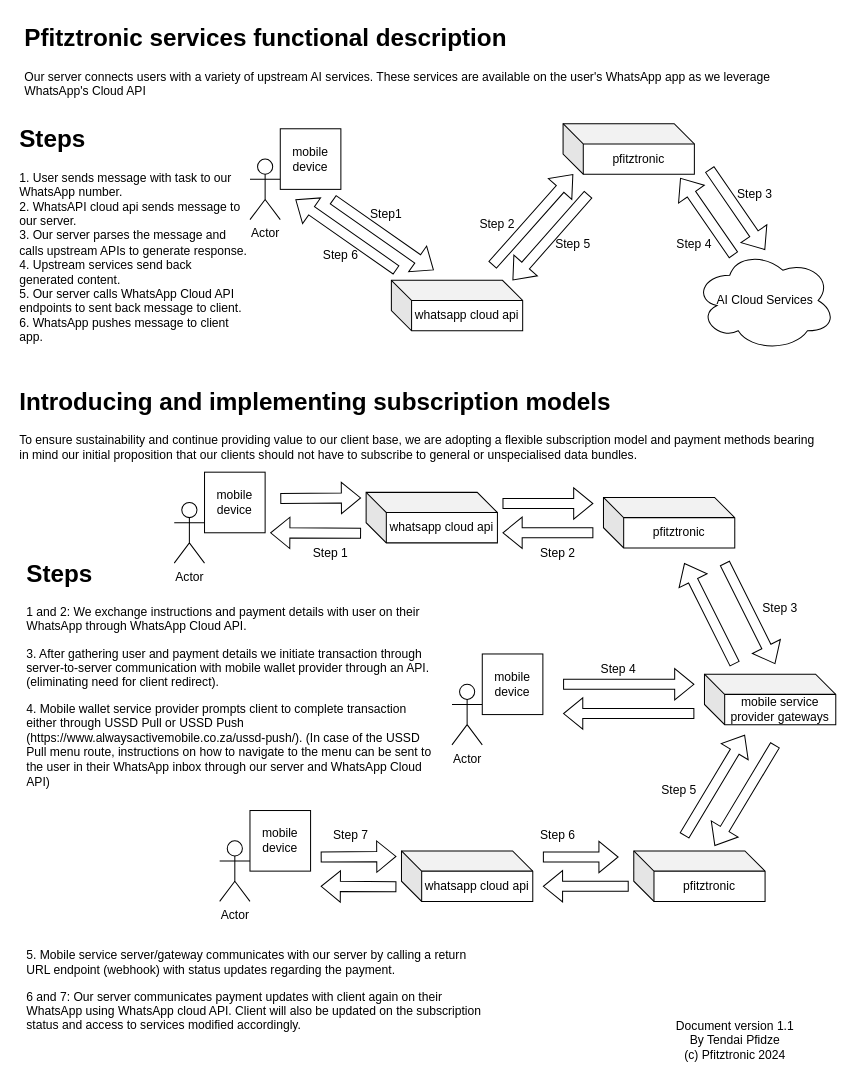
The draw.io diagram payment-flowchart.drawio in pondem87/draw.io, before the edit. Source tidied: cells renumbered, new cells numbered last; positions are measured from the earlier drawing's top-left corner, leaving out a move shared by most shapes. Both pictures are drawn from the tidied source at 101%, with x=0, y=0 at pixel (17, 17).
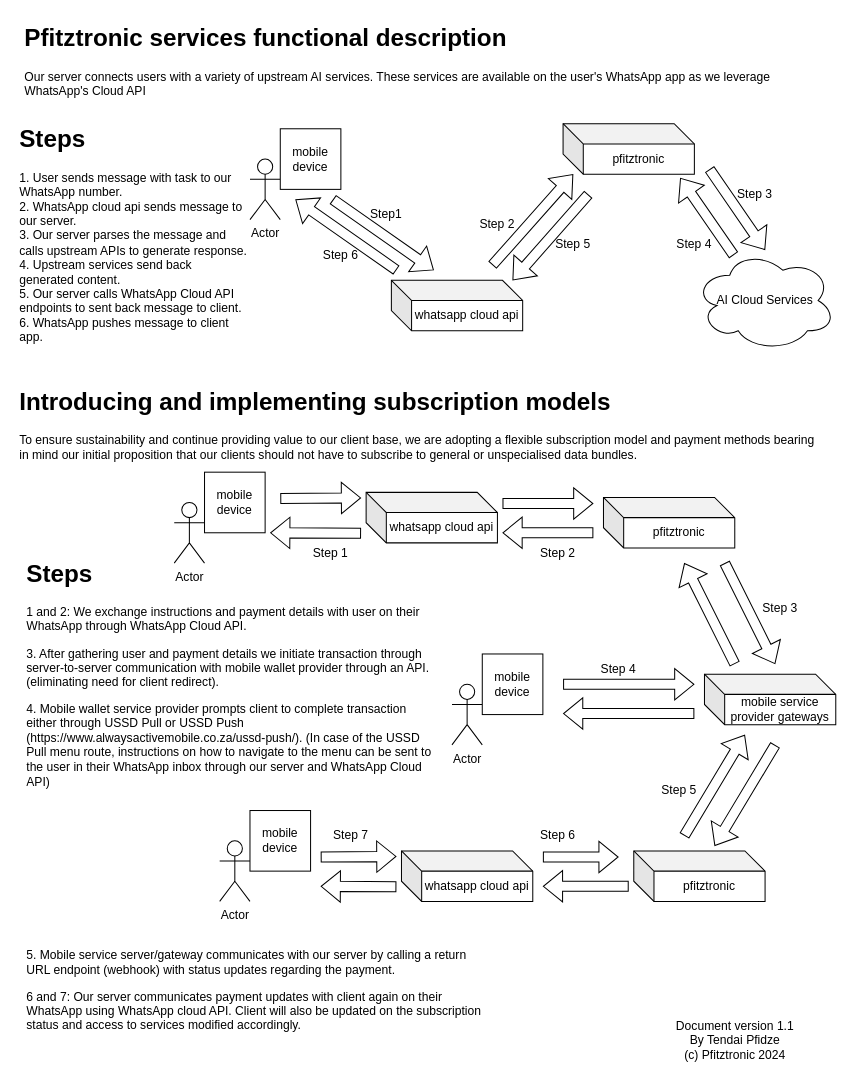
After the change.

Diff of the diagram source:
```diff
@@
-    <mxCell id="45" value="&lt;h1 style=&quot;margin-top: 0px;&quot;&gt;Steps&lt;/h1&gt;&lt;div&gt;1. User sends message with task to our WhatsApp number.&lt;/div&gt;&lt;div&gt;2. WhatsAPI cloud api sends message to our server.&lt;/div&gt;&lt;div&gt;3. Our server parses the message and calls upstream APIs to generate response.&lt;/div&gt;&lt;div&gt;4. Upstream services send back generated content.&lt;/div&gt;&lt;div&gt;5. Our server calls WhatsApp Cloud API endpoints to sent back message to client.&lt;/div&gt;&lt;div&gt;6. WhatsApp pushes message to client app.&lt;/div&gt;" style="text;html=1;whiteSpace=wrap;overflow=hidden;rounded=0;" parent="1" vertex="1">
+    <mxCell id="45" value="&lt;h1 style=&quot;margin-top: 0px;&quot;&gt;Steps&lt;/h1&gt;&lt;div&gt;1. User sends message with task to our WhatsApp number.&lt;/div&gt;&lt;div&gt;2. WhatsApp cloud api sends message to our server.&lt;/div&gt;&lt;div&gt;3. Our server parses the message and calls upstream APIs to generate response.&lt;/div&gt;&lt;div&gt;4. Upstream services send back generated content.&lt;/div&gt;&lt;div&gt;5. Our server calls WhatsApp Cloud API endpoints to sent back message to client.&lt;/div&gt;&lt;div&gt;6. WhatsApp pushes message to client app.&lt;/div&gt;" style="text;html=1;whiteSpace=wrap;overflow=hidden;rounded=0;" parent="1" vertex="1">
       <mxGeometry y="100" width="230" height="250" as="geometry" />
     </mxCell>
```
